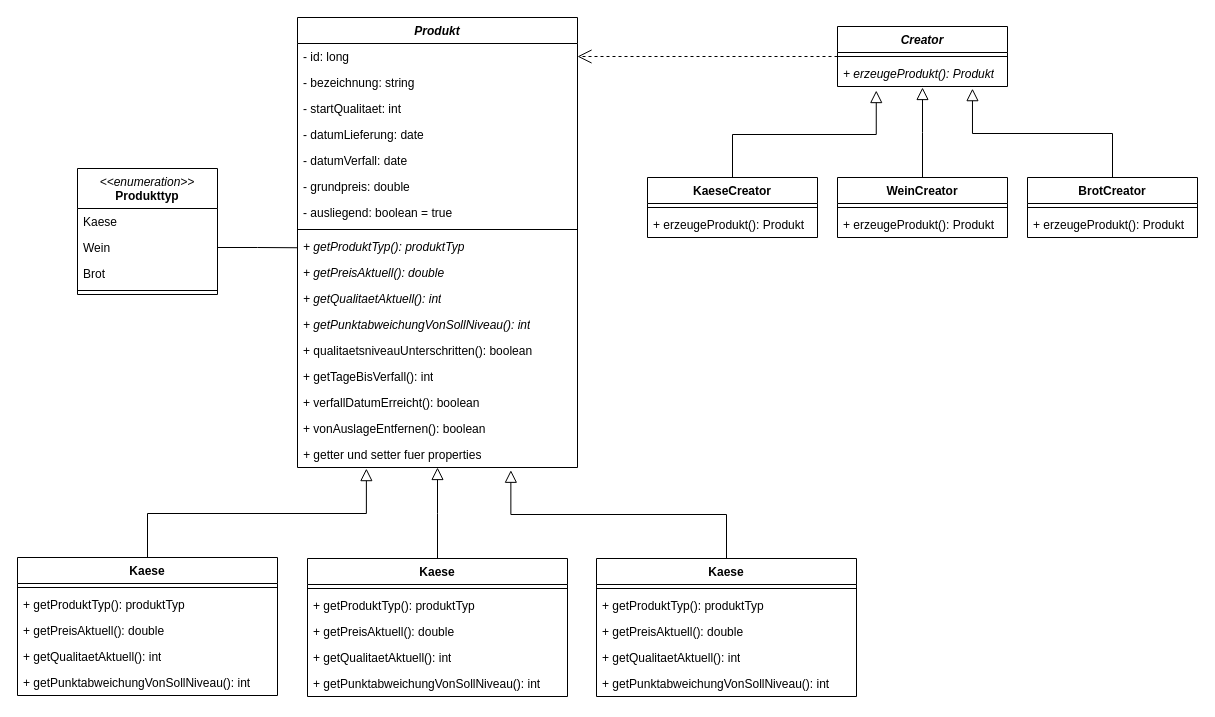
Earlier version of the draw.io diagram documents/class_diagram.drawio (ccogit/SuperDuperMarktApp). Source tidied: cells renumbered, new cells numbered last; positions are measured from the earlier drawing's top-left corner, leaving out a move shared by most shapes. Both pictures are drawn from the tidied source at 100%, with x=0, y=0 at pixel (17, 17).
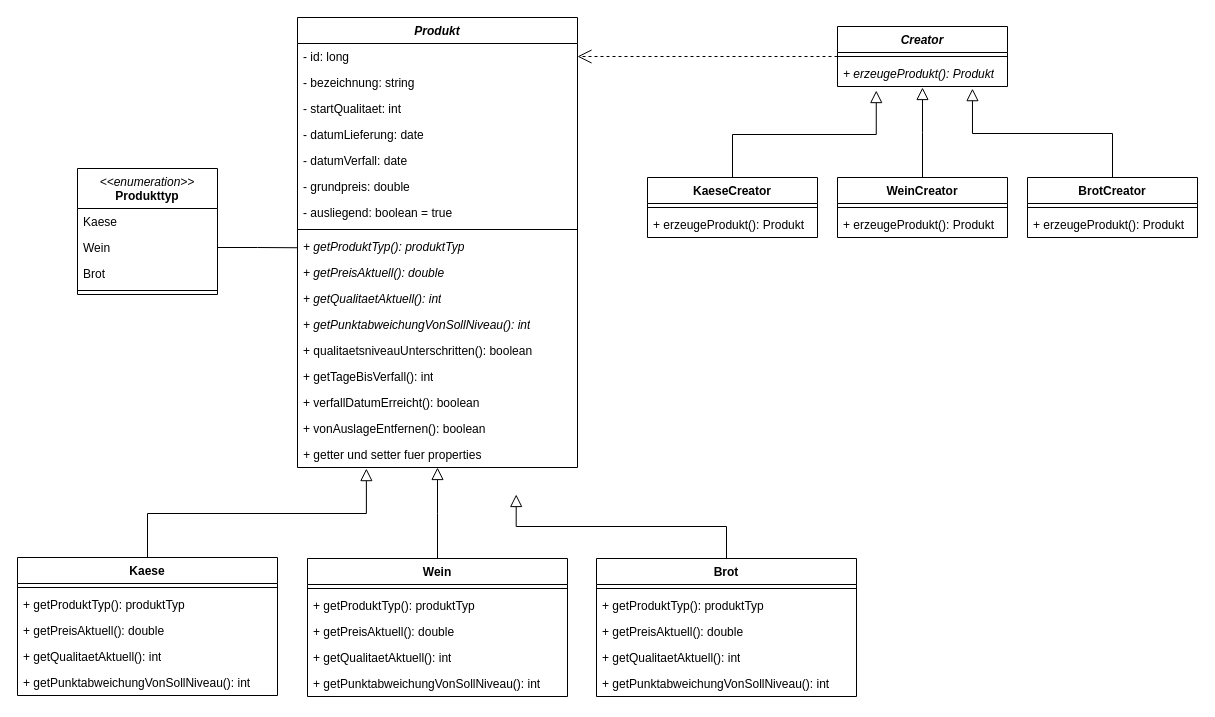
After the change.

Unchanged cells that the change refers to:
```xml
<mxCell id="21" value="+ &lt;span style=&quot;font-style: normal;&quot;&gt;getter und setter fuer properties&lt;/span&gt;" style="text;strokeColor=none;fillColor=none;align=left;verticalAlign=top;spacingLeft=4;spacingRight=4;overflow=hidden;points=[[0,0.5],[1,0.5]];portConstraint=eastwest;whiteSpace=wrap;html=1;fontStyle=2;" parent="4" vertex="1">
  <mxGeometry y="424" width="280" height="26" as="geometry" />
</mxCell>
```

What changed in the source:
```diff
@@
-    <mxCell id="44" style="endArrow=block;endSize=10;endFill=0;shadow=0;strokeWidth=1;rounded=0;edgeStyle=elbowEdgeStyle;elbow=vertical;exitX=0.5;exitY=0;exitDx=0;exitDy=0;entryX=0.762;entryY=1.106;entryDx=0;entryDy=0;entryPerimeter=0;" parent="1" edge="1" source="57" target="21">
-      <mxGeometry relative="1" as="geometry" />
+    <mxCell id="44" style="endArrow=block;endSize=10;endFill=0;shadow=0;strokeWidth=1;rounded=0;edgeStyle=elbowEdgeStyle;elbow=vertical;exitX=0.5;exitY=0;exitDx=0;exitDy=0;entryX=0.781;entryY=1.115;entryDx=0;entryDy=0;entryPerimeter=0;" parent="1" edge="1" source="57">
+      <mxGeometry relative="1" as="geometry">
+        <mxPoint x="498.7" y="477" as="targetPoint" />
+      </mxGeometry>
     </mxCell>
@@
-    <mxCell id="51" value="Kaese" style="swimlane;fontStyle=1;align=center;verticalAlign=top;horizontal=1;startSize=26;whiteSpace=wrap;html=1;" parent="1" vertex="1">
+    <mxCell id="51" value="Wein" style="swimlane;fontStyle=1;align=center;verticalAlign=top;horizontal=1;startSize=26;whiteSpace=wrap;html=1;" parent="1" vertex="1">
       <mxGeometry x="290" y="541" width="260" height="138" as="geometry" />
     </mxCell>
@@
-    <mxCell id="57" value="Kaese" style="swimlane;fontStyle=1;align=center;verticalAlign=top;horizontal=1;startSize=26;whiteSpace=wrap;html=1;" parent="1" vertex="1">
+    <mxCell id="57" value="Brot" style="swimlane;fontStyle=1;align=center;verticalAlign=top;horizontal=1;startSize=26;whiteSpace=wrap;html=1;" parent="1" vertex="1">
       <mxGeometry x="579" y="541" width="260" height="138" as="geometry" />
     </mxCell>
```
